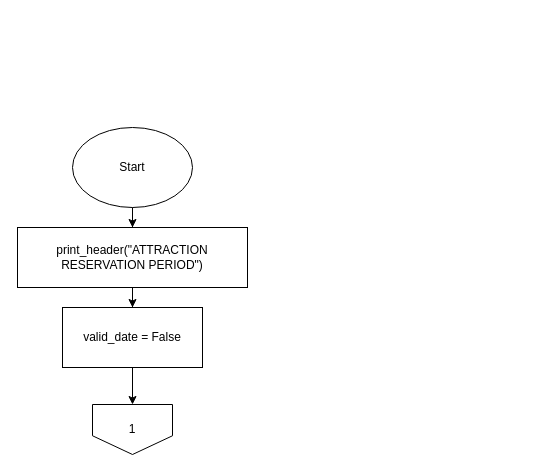
zyyappp/travel-reservation-system keeps this draw.io diagram as page "select_attraction_dates()" (3 of 16) of flowcharts/attractions.drawio. Above is the earlier version. Source tidied: cells renumbered, new cells numbered last; positions are measured from the earlier drawing's top-left corner, leaving out a move shared by most shapes. Both pictures are drawn from the tidied source at 100%, with x=0, y=0 at pixel (17, 127).
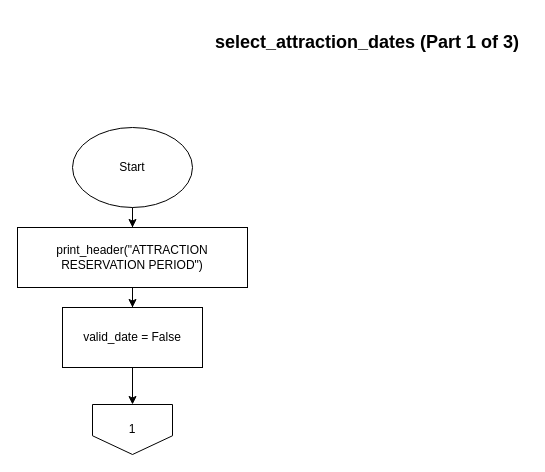
The same page after the edit.

Commit message (it also covers changes not shown here):
payment part 1

Change to the diagram source:
```diff
@@
 <mxGraphModel>
   <root>
     <mxCell id="0" />
     <mxCell id="1" parent="0" />
     <mxCell id="2" style="edgeStyle=orthogonalEdgeStyle;rounded=0;jettySize=auto;html=1;" parent="1" edge="1" source="3" target="5">
       <mxGeometry relative="1" as="geometry" />
     </mxCell>
     <mxCell id="3" value="Start" style="ellipse;whiteSpace=wrap;html=1;shapeInside=1;" parent="1" vertex="1">
       <mxGeometry x="55" width="120" height="80" as="geometry" />
     </mxCell>
     <mxCell id="4" style="edgeStyle=orthogonalEdgeStyle;rounded=0;jettySize=auto;html=1;" parent="1" edge="1" source="5" target="7">
       <mxGeometry relative="1" as="geometry" />
     </mxCell>
     <mxCell id="5" value="print_header(&quot;ATTRACTION RESERVATION PERIOD&quot;)" style="whiteSpace=wrap;html=1;" parent="1" vertex="1">
       <mxGeometry y="100" width="230" height="60" as="geometry" />
     </mxCell>
     <mxCell id="6" style="edgeStyle=orthogonalEdgeStyle;rounded=0;jettySize=auto;html=1;" parent="1" edge="1" source="7" target="8">
       <mxGeometry relative="1" as="geometry" />
     </mxCell>
     <mxCell id="7" value="valid_date = False" style="whiteSpace=wrap;html=1;" parent="1" vertex="1">
       <mxGeometry x="45" y="180" width="140" height="60" as="geometry" />
     </mxCell>
     <mxCell id="8" value="1" style="shape=offPageConnector;whiteSpace=wrap;html=1;labelBackgroundColor=none;" parent="1" vertex="1">
       <mxGeometry x="75" y="277" width="80" height="50" as="geometry" />
     </mxCell>
+    <mxCell id="9" value="&lt;font style=&quot;font-size: 18px;&quot;&gt;&lt;b&gt;select_attraction_dates (Part 1 of 3)&lt;/b&gt;&lt;/font&gt;" style="text;html=1;whiteSpace=wrap;strokeColor=none;fillColor=none;align=center;verticalAlign=middle;rounded=0;" parent="1" vertex="1">
+      <mxGeometry x="190" y="-110" width="320" height="50" as="geometry" />
+    </mxCell>
   </root>
 </mxGraphModel>
```
